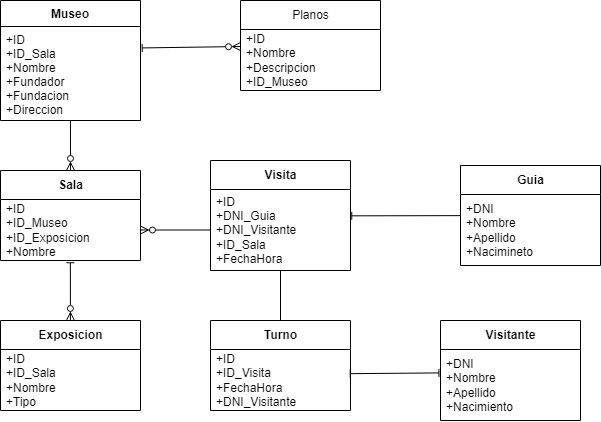
The draw.io diagram docs/Olimpiada.drawio.png in ArturoCruz606/OlimpiadaMuseo2022, before a commit. Source tidied: cells renumbered, new cells last; positions are measured from the earlier drawing's top-left corner, leaving out a move shared by most shapes.
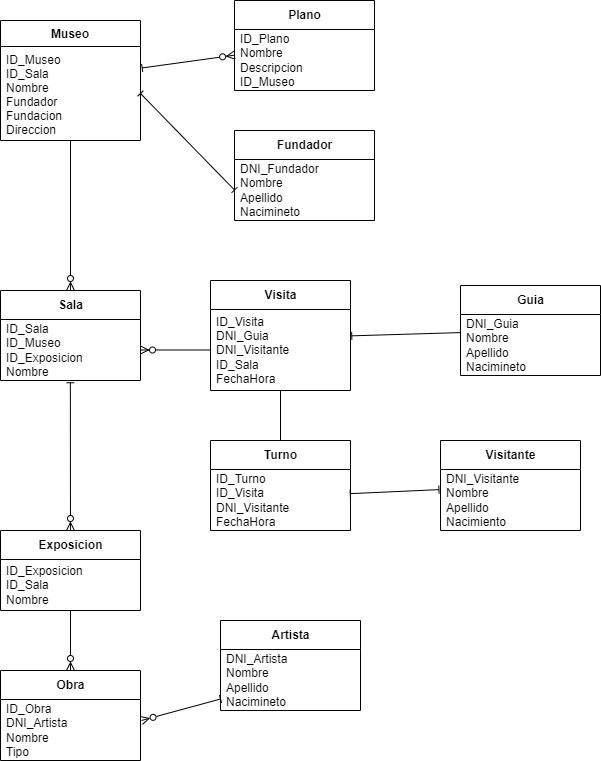
The same diagram one commit later.

Commit message:
Edicion de Diagrama y Script

Change to the diagram source:
```diff
@@ -3,28 +3,31 @@
     <mxCell id="0" />
     <mxCell id="1" parent="0" />
     <mxCell id="2" value="Museo" style="swimlane;fontStyle=1;align=center;verticalAlign=top;horizontal=1;startSize=26;" parent="1" vertex="1">
-      <mxGeometry width="140" height="120" as="geometry" />
+      <mxGeometry y="-100" width="140" height="120" as="geometry" />
     </mxCell>
-    <mxCell id="3" value="+ID&#10;+ID_Sala&#10;+Nombre&#10;+Fundador&#10;+Fundacion&#10;+Direccion" style="text;strokeColor=none;fillColor=none;align=left;verticalAlign=top;spacingLeft=4;spacingRight=4;overflow=hidden;points=[[0,0.5],[1,0.5]];portConstraint=eastwest;" parent="2" vertex="1">
+    <mxCell id="3" value="ID_Museo&#10;ID_Sala&#10;Nombre&#10;Fundador&#10;Fundacion&#10;Direccion" style="text;strokeColor=none;fillColor=none;align=left;verticalAlign=top;spacingLeft=4;spacingRight=4;overflow=hidden;points=[[0,0.5],[1,0.5]];portConstraint=eastwest;" parent="2" vertex="1">
       <mxGeometry y="26" width="140" height="94" as="geometry" />
     </mxCell>
     <mxCell id="4" style="edgeStyle=none;html=1;entryX=1.012;entryY=0.228;entryDx=0;entryDy=0;entryPerimeter=0;endArrow=baseDash;endFill=0;startArrow=ERzeroToMany;startFill=0;" parent="1" edge="1" source="5" target="3">
       <mxGeometry relative="1" as="geometry" />
     </mxCell>
-    <mxCell id="5" value="&lt;span style=&quot;font-weight: 400 ; text-align: left&quot;&gt;Planos&lt;/span&gt;" style="swimlane;fontStyle=1;align=center;verticalAlign=middle;horizontal=1;startSize=29;html=1;" parent="1" vertex="1">
-      <mxGeometry x="240" width="140" height="90" as="geometry" />
+    <mxCell id="5" value="&lt;span style=&quot;text-align: left&quot;&gt;Plano&lt;/span&gt;" style="swimlane;fontStyle=1;align=center;verticalAlign=middle;horizontal=1;startSize=29;html=1;" parent="1" vertex="1">
+      <mxGeometry x="234" y="-120" width="140" height="90" as="geometry" />
     </mxCell>
-    <mxCell id="6" value="+ID&lt;br&gt;+Nombre&lt;br&gt;+Descripcion&lt;br&gt;+ID_Museo" style="text;html=1;strokeColor=none;fillColor=none;align=left;verticalAlign=middle;spacingLeft=4;spacingRight=4;overflow=hidden;" parent="5" vertex="1">
+    <mxCell id="6" value="ID_Plano&lt;br&gt;Nombre&lt;br&gt;Descripcion&lt;br&gt;ID_Museo" style="text;html=1;strokeColor=none;fillColor=none;align=left;verticalAlign=middle;spacingLeft=4;spacingRight=4;overflow=hidden;" parent="5" vertex="1">
       <mxGeometry y="29" width="140" height="61" as="geometry" />
     </mxCell>
     <mxCell id="7" style="edgeStyle=none;html=1;entryX=0.499;entryY=1.037;entryDx=0;entryDy=0;entryPerimeter=0;startArrow=ERzeroToMany;startFill=0;endArrow=baseDash;endFill=0;" parent="1" edge="1" source="8" target="20">
       <mxGeometry relative="1" as="geometry" />
     </mxCell>
+    <mxCell id="25" style="edgeStyle=none;html=1;entryX=0.5;entryY=0;entryDx=0;entryDy=0;startArrow=baseDash;startFill=0;endArrow=ERzeroToMany;endFill=0;" parent="1" edge="1" source="8" target="31">
+      <mxGeometry relative="1" as="geometry" />
+    </mxCell>
     <mxCell id="8" value="Exposicion" style="swimlane;fontStyle=1;align=center;verticalAlign=middle;horizontal=1;startSize=29;html=1;" parent="1" vertex="1">
-      <mxGeometry y="320" width="140" height="90" as="geometry" />
+      <mxGeometry y="410" width="140" height="80" as="geometry" />
     </mxCell>
-    <mxCell id="9" value="+ID&lt;br&gt;+ID_Sala&lt;br&gt;+Nombre&lt;br&gt;&lt;div&gt;&lt;span&gt;+Tipo&lt;/span&gt;&lt;/div&gt;" style="text;html=1;strokeColor=none;fillColor=none;align=left;verticalAlign=middle;spacingLeft=4;spacingRight=4;overflow=hidden;" parent="8" vertex="1">
-      <mxGeometry y="29" width="140" height="61" as="geometry" />
+    <mxCell id="9" value="ID_Exposicion&lt;br&gt;ID_Sala&lt;br&gt;Nombre" style="text;html=1;strokeColor=none;fillColor=none;align=left;verticalAlign=middle;spacingLeft=4;spacingRight=4;overflow=hidden;" parent="8" vertex="1">
+      <mxGeometry y="29" width="140" height="51" as="geometry" />
     </mxCell>
     <mxCell id="10" style="edgeStyle=none;html=1;startArrow=baseDash;startFill=0;endArrow=baseDash;endFill=0;" parent="1" edge="1" source="11" target="15">
       <mxGeometry relative="1" as="geometry" />
@@ -32,19 +35,19 @@
     <mxCell id="11" value="Visita" style="swimlane;fontStyle=1;align=center;verticalAlign=middle;horizontal=1;startSize=29;html=1;" parent="1" vertex="1">
       <mxGeometry x="210" y="160" width="140" height="110" as="geometry" />
     </mxCell>
-    <mxCell id="12" value="&lt;div&gt;&lt;span&gt;+ID&lt;/span&gt;&lt;/div&gt;&lt;div&gt;&lt;span&gt;+DNI_Guia&lt;/span&gt;&lt;/div&gt;&lt;div&gt;&lt;span&gt;+DNI_Visitante&lt;/span&gt;&lt;/div&gt;&lt;div&gt;&lt;span&gt;+ID_Sala&lt;/span&gt;&lt;/div&gt;&lt;div&gt;&lt;span&gt;+FechaHora&lt;/span&gt;&lt;/div&gt;" style="text;html=1;strokeColor=none;fillColor=none;align=left;verticalAlign=middle;spacingLeft=4;spacingRight=4;overflow=hidden;points=[[0,0.5],[1,0.5]];portConstraint=eastwest;" parent="11" vertex="1">
+    <mxCell id="12" value="&lt;div&gt;&lt;span&gt;ID_Visita&lt;/span&gt;&lt;/div&gt;&lt;div&gt;&lt;span&gt;DNI_Guia&lt;/span&gt;&lt;/div&gt;&lt;div&gt;&lt;span&gt;DNI_Visitante&lt;/span&gt;&lt;/div&gt;&lt;div&gt;&lt;span&gt;ID_Sala&lt;/span&gt;&lt;/div&gt;&lt;div&gt;&lt;span&gt;FechaHora&lt;/span&gt;&lt;/div&gt;" style="text;html=1;strokeColor=none;fillColor=none;align=left;verticalAlign=middle;spacingLeft=4;spacingRight=4;overflow=hidden;points=[[0,0.5],[1,0.5]];portConstraint=eastwest;" parent="11" vertex="1">
       <mxGeometry y="29" width="140" height="81" as="geometry" />
     </mxCell>
     <mxCell id="13" value="Visitante" style="swimlane;fontStyle=1;align=center;verticalAlign=middle;horizontal=1;startSize=29;html=1;" parent="1" vertex="1">
-      <mxGeometry x="440" y="320" width="140" height="100" as="geometry" />
+      <mxGeometry x="440" y="320" width="140" height="90" as="geometry" />
     </mxCell>
-    <mxCell id="14" value="+DNI&lt;br&gt;+Nombre&lt;br&gt;+Apellido&lt;br&gt;+Nacimiento" style="text;html=1;strokeColor=none;fillColor=none;align=left;verticalAlign=middle;spacingLeft=4;spacingRight=4;overflow=hidden;points=[[0,0.5],[1,0.5]];portConstraint=eastwest;" parent="13" vertex="1">
-      <mxGeometry y="29" width="140" height="71" as="geometry" />
+    <mxCell id="14" value="DNI_Visitante&lt;br&gt;Nombre&lt;br&gt;Apellido&lt;br&gt;Nacimiento" style="text;html=1;strokeColor=none;fillColor=none;align=left;verticalAlign=middle;spacingLeft=4;spacingRight=4;overflow=hidden;points=[[0,0.5],[1,0.5]];portConstraint=eastwest;" parent="13" vertex="1">
+      <mxGeometry y="29" width="140" height="61" as="geometry" />
     </mxCell>
     <mxCell id="15" value="Turno" style="swimlane;fontStyle=1;align=center;verticalAlign=middle;horizontal=1;startSize=29;html=1;" parent="1" vertex="1">
       <mxGeometry x="210" y="320" width="140" height="90" as="geometry" />
     </mxCell>
-    <mxCell id="16" value="&lt;div&gt;&lt;span&gt;+ID&lt;/span&gt;&lt;/div&gt;&lt;div&gt;&lt;span&gt;+ID_Visita&lt;/span&gt;&lt;/div&gt;&lt;div&gt;&lt;span&gt;+FechaHora&lt;/span&gt;&lt;/div&gt;&lt;div&gt;&lt;span&gt;+DNI_Visitante&lt;/span&gt;&lt;br&gt;&lt;/div&gt;" style="text;html=1;strokeColor=none;fillColor=none;align=left;verticalAlign=middle;spacingLeft=4;spacingRight=4;overflow=hidden;points=[[0,0.5],[1,0.5]];portConstraint=eastwest;" parent="15" vertex="1">
+    <mxCell id="16" value="&lt;div&gt;&lt;span&gt;ID_Turno&lt;/span&gt;&lt;/div&gt;&lt;div&gt;&lt;span&gt;ID_Visita&lt;/span&gt;&lt;/div&gt;&lt;div&gt;DNI_Visitante&lt;span&gt;&lt;br&gt;&lt;/span&gt;&lt;/div&gt;&lt;div&gt;&lt;span&gt;FechaHora&lt;/span&gt;&lt;/div&gt;" style="text;html=1;strokeColor=none;fillColor=none;align=left;verticalAlign=middle;spacingLeft=4;spacingRight=4;overflow=hidden;points=[[0,0.5],[1,0.5]];portConstraint=eastwest;" parent="15" vertex="1">
       <mxGeometry y="29" width="140" height="61" as="geometry" />
     </mxCell>
     <mxCell id="17" style="edgeStyle=none;html=1;entryX=0.998;entryY=0.396;entryDx=0;entryDy=0;startArrow=baseDash;startFill=0;endArrow=baseDash;endFill=0;exitX=-0.011;exitY=0.33;exitDx=0;exitDy=0;exitPerimeter=0;entryPerimeter=0;" parent="1" edge="1" source="14" target="16">
@@ -56,14 +59,14 @@
     <mxCell id="19" value="Sala" style="swimlane;fontStyle=1;align=center;verticalAlign=middle;horizontal=1;startSize=29;html=1;" parent="1" vertex="1">
       <mxGeometry y="170" width="140" height="90" as="geometry" />
     </mxCell>
-    <mxCell id="20" value="+ID&lt;br&gt;+ID_Museo&lt;br&gt;+ID_Exposicion&lt;br&gt;+Nombre" style="text;html=1;strokeColor=none;fillColor=none;align=left;verticalAlign=middle;spacingLeft=4;spacingRight=4;overflow=hidden;points=[[0,0.5],[1,0.5]];portConstraint=eastwest;" parent="19" vertex="1">
+    <mxCell id="20" value="ID_Sala&lt;br&gt;ID_Museo&lt;br&gt;ID_Exposicion&lt;br&gt;Nombre" style="text;html=1;strokeColor=none;fillColor=none;align=left;verticalAlign=middle;spacingLeft=4;spacingRight=4;overflow=hidden;points=[[0,0.5],[1,0.5]];portConstraint=eastwest;" parent="19" vertex="1">
       <mxGeometry y="29" width="140" height="61" as="geometry" />
     </mxCell>
     <mxCell id="21" value="Guia" style="swimlane;fontStyle=1;align=center;verticalAlign=middle;horizontal=1;startSize=29;html=1;" parent="1" vertex="1">
-      <mxGeometry x="460" y="165" width="140" height="100" as="geometry" />
+      <mxGeometry x="460" y="165" width="140" height="90" as="geometry" />
     </mxCell>
-    <mxCell id="22" value="+DNI&lt;br&gt;+Nombre&lt;br&gt;+Apellido&lt;br&gt;+Nacimineto" style="text;html=1;strokeColor=none;fillColor=none;align=left;verticalAlign=middle;spacingLeft=4;spacingRight=4;overflow=hidden;" parent="21" vertex="1">
-      <mxGeometry y="29" width="140" height="71" as="geometry" />
+    <mxCell id="22" value="DNI_Guia&lt;br&gt;Nombre&lt;br&gt;Apellido&lt;br&gt;Nacimineto" style="text;html=1;strokeColor=none;fillColor=none;align=left;verticalAlign=middle;spacingLeft=4;spacingRight=4;overflow=hidden;" parent="21" vertex="1">
+      <mxGeometry y="29" width="140" height="61" as="geometry" />
     </mxCell>
     <mxCell id="23" style="edgeStyle=none;html=1;exitX=1.009;exitY=0.325;exitDx=0;exitDy=0;startArrow=baseDash;startFill=0;endArrow=baseDash;endFill=0;exitPerimeter=0;" parent="1" edge="1" source="12" target="21">
       <mxGeometry relative="1" as="geometry" />
@@ -71,5 +74,29 @@
     <mxCell id="24" style="edgeStyle=none;html=1;entryX=0;entryY=0.5;entryDx=0;entryDy=0;startArrow=ERzeroToMany;startFill=0;endArrow=baseDash;endFill=0;" parent="1" edge="1" source="20" target="12">
       <mxGeometry relative="1" as="geometry" />
     </mxCell>
+    <mxCell id="26" value="Fundador" style="swimlane;fontStyle=1;align=center;verticalAlign=middle;horizontal=1;startSize=29;html=1;" parent="1" vertex="1">
+      <mxGeometry x="234" y="10" width="140" height="90" as="geometry" />
+    </mxCell>
+    <mxCell id="27" value="DNI_Fundador&lt;br&gt;Nombre&lt;br&gt;Apellido&lt;br&gt;Nacimineto" style="text;html=1;strokeColor=none;fillColor=none;align=left;verticalAlign=middle;spacingLeft=4;spacingRight=4;overflow=hidden;points=[[0,0.5],[1,0.5]];portConstraint=eastwest;" parent="26" vertex="1">
+      <mxGeometry y="29" width="140" height="61" as="geometry" />
+    </mxCell>
+    <mxCell id="28" style="edgeStyle=none;html=1;exitX=1;exitY=0.5;exitDx=0;exitDy=0;startArrow=baseDash;startFill=0;endArrow=baseDash;endFill=0;entryX=0;entryY=0.5;entryDx=0;entryDy=0;" parent="1" edge="1" source="3" target="27">
+      <mxGeometry relative="1" as="geometry" />
+    </mxCell>
+    <mxCell id="29" value="Artista" style="swimlane;fontStyle=1;align=center;verticalAlign=middle;horizontal=1;startSize=29;html=1;" parent="1" vertex="1">
+      <mxGeometry x="220" y="500" width="140" height="90" as="geometry" />
+    </mxCell>
+    <mxCell id="30" value="&lt;span&gt;DNI_Artista&lt;/span&gt;&lt;br&gt;&lt;span&gt;Nombre&lt;/span&gt;&lt;br&gt;&lt;span&gt;Apellido&lt;/span&gt;&lt;br&gt;&lt;span&gt;Nacimineto&lt;/span&gt;" style="text;html=1;strokeColor=none;fillColor=none;align=left;verticalAlign=middle;spacingLeft=4;spacingRight=4;overflow=hidden;points=[[0,0.5],[1,0.5]];portConstraint=eastwest;" parent="29" vertex="1">
+      <mxGeometry y="29" width="140" height="61" as="geometry" />
+    </mxCell>
+    <mxCell id="31" value="Obra" style="swimlane;fontStyle=1;align=center;verticalAlign=middle;horizontal=1;startSize=29;html=1;" parent="1" vertex="1">
+      <mxGeometry y="550" width="140" height="90" as="geometry" />
+    </mxCell>
+    <mxCell id="32" value="ID_Obra&lt;br&gt;DNI_Artista&lt;br&gt;Nombre&lt;br&gt;Tipo" style="text;html=1;strokeColor=none;fillColor=none;align=left;verticalAlign=middle;spacingLeft=4;spacingRight=4;overflow=hidden;points=[[0,0.5],[1,0.5]];portConstraint=eastwest;" parent="31" vertex="1">
+      <mxGeometry y="29" width="140" height="61" as="geometry" />
+    </mxCell>
+    <mxCell id="33" style="edgeStyle=none;html=1;entryX=1.007;entryY=0.344;entryDx=0;entryDy=0;entryPerimeter=0;startArrow=baseDash;startFill=0;endArrow=ERzeroToMany;endFill=0;" parent="1" edge="1" source="30" target="32">
+      <mxGeometry relative="1" as="geometry" />
+    </mxCell>
   </root>
 </mxGraphModel>
```
